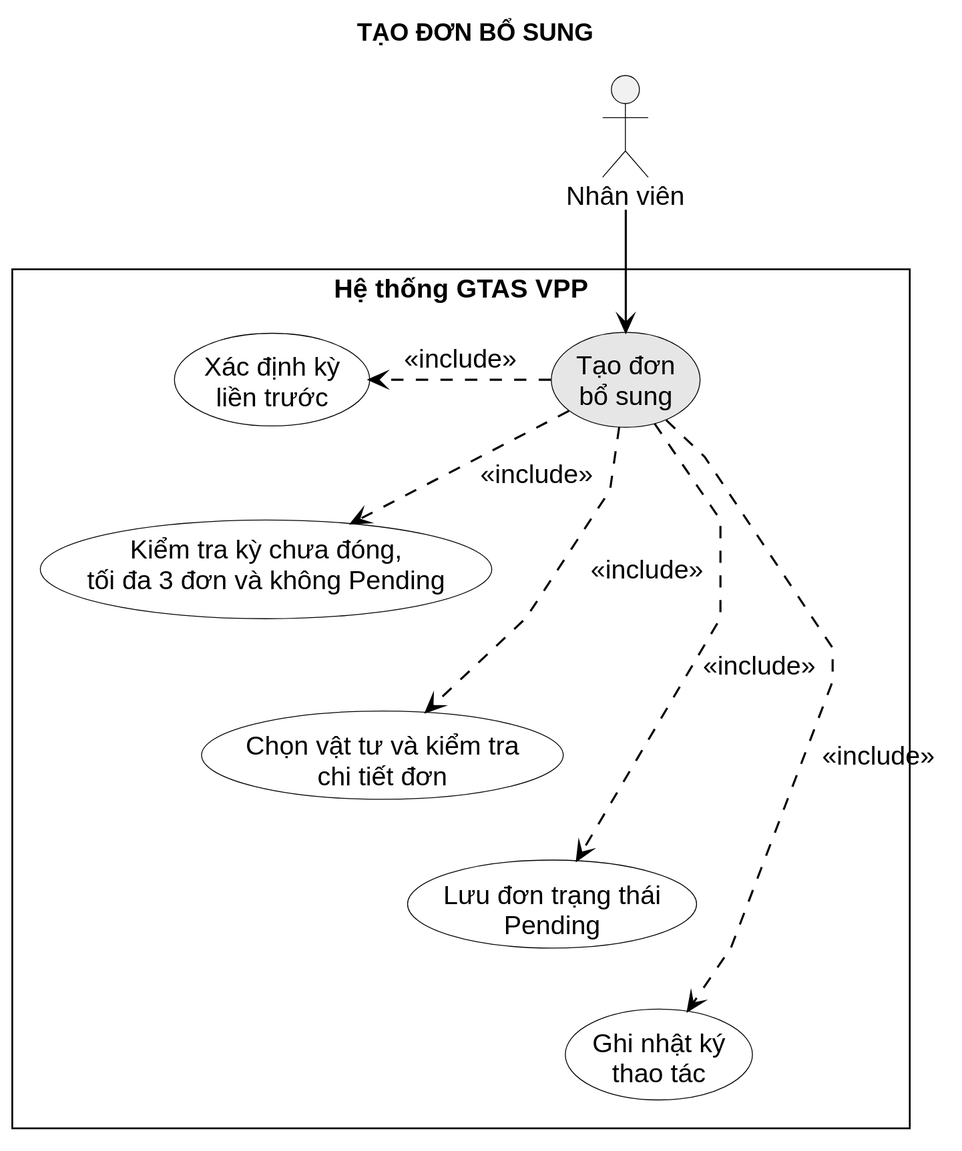
The PlantUML diagram LVTN/diagrams/ch03/use-case-create-additional-request.svg in Miikey24s/gtas_vpp, before a commit.
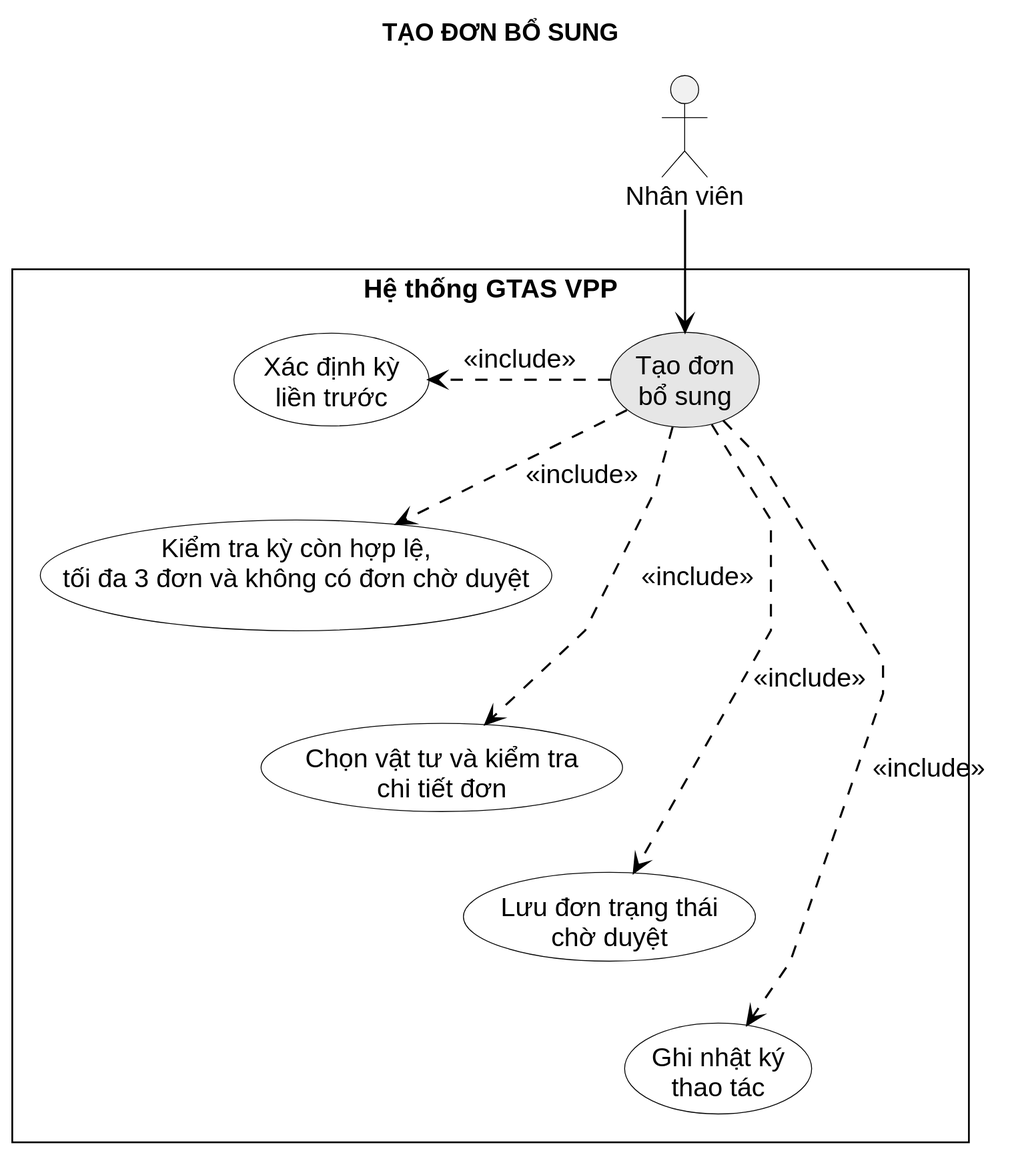
Above is the later version.

The edit, as a diff of the source:
```diff
@@ -7,9 +7,9 @@
 rectangle "Hệ thống GTAS VPP" {
   usecase "Tạo đơn\nbổ sung" as Create #E6E6E6
   usecase "Xác định kỳ\nliền trước" as PreviousPeriod
-  usecase "Kiểm tra kỳ chưa đóng,\ntối đa 3 đơn và không Pending" as Validate
+  usecase "Kiểm tra kỳ còn hợp lệ,\ntối đa 3 đơn và không có đơn chờ duyệt" as Validate
   usecase "Chọn vật tư và kiểm tra\nchi tiết đơn" as Items
-  usecase "Lưu đơn trạng thái\nPending" as Persist
+  usecase "Lưu đơn trạng thái\nchờ duyệt" as Persist
   usecase "Ghi nhật ký\nthao tác" as Log
 
   Create -[hidden]right- PreviousPeriod
```
